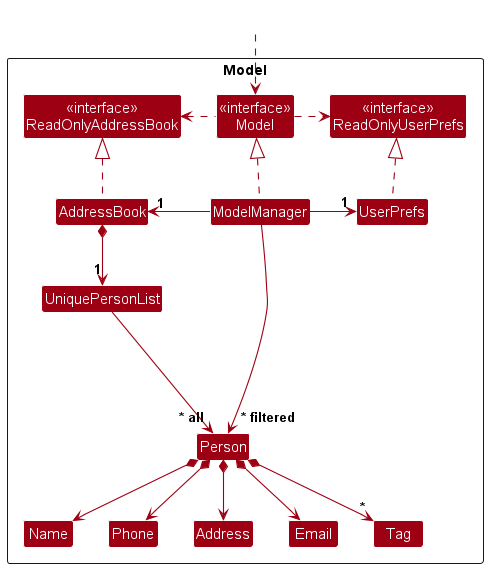
This is docs/images/ModelClassDiagram.png from nus-cs2103-AY2324S2/tp, a PlantUML export, as it was before one commit.
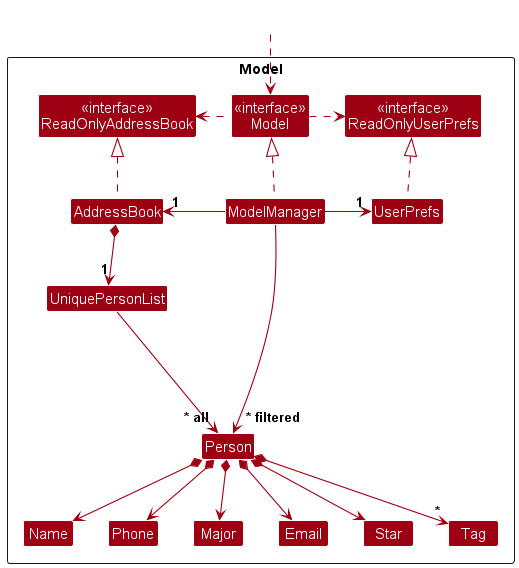
The same file after the commit.

Commit message:
Update UML Diagram for Model Component

Change to the diagram source:
```diff
@@ -14,10 +14,11 @@
 
 Class UniquePersonList
 Class Person
-Class Address
+Class Major
 Class Email
 Class Name
 Class Phone
+Class Star
 Class Tag
 
 Class I #FFFFFF
@@ -40,15 +41,16 @@
 Person *--> Name
 Person *--> Phone
 Person *--> Email
-Person *--> Address
+Person *--> Major
+Person *--> Star
 Person *--> "*" Tag
 
 Person -[hidden]up--> I
 UniquePersonList -[hidden]right-> I
 
 Name -[hidden]right-> Phone
-Phone -[hidden]right-> Address
-Address -[hidden]right-> Email
+Phone -[hidden]right-> Major
+Major -[hidden]right-> Email
 
 ModelManager --> "~* filtered" Person
 @enduml
```
